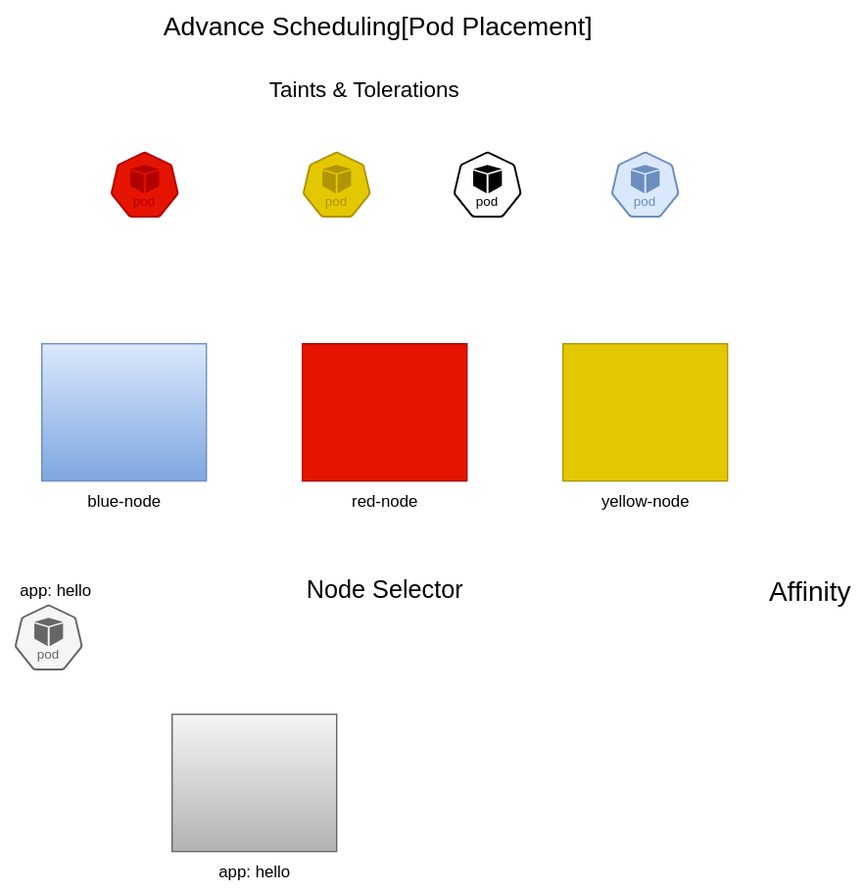
This is svg/diagrams.drawio.svg from ullagallu-ds/my-notes, a draw.io export, as it was before one commit. Source tidied: cells renumbered, new cells last; positions are measured from the earlier drawing's top-left corner, leaving out a move shared by most shapes.
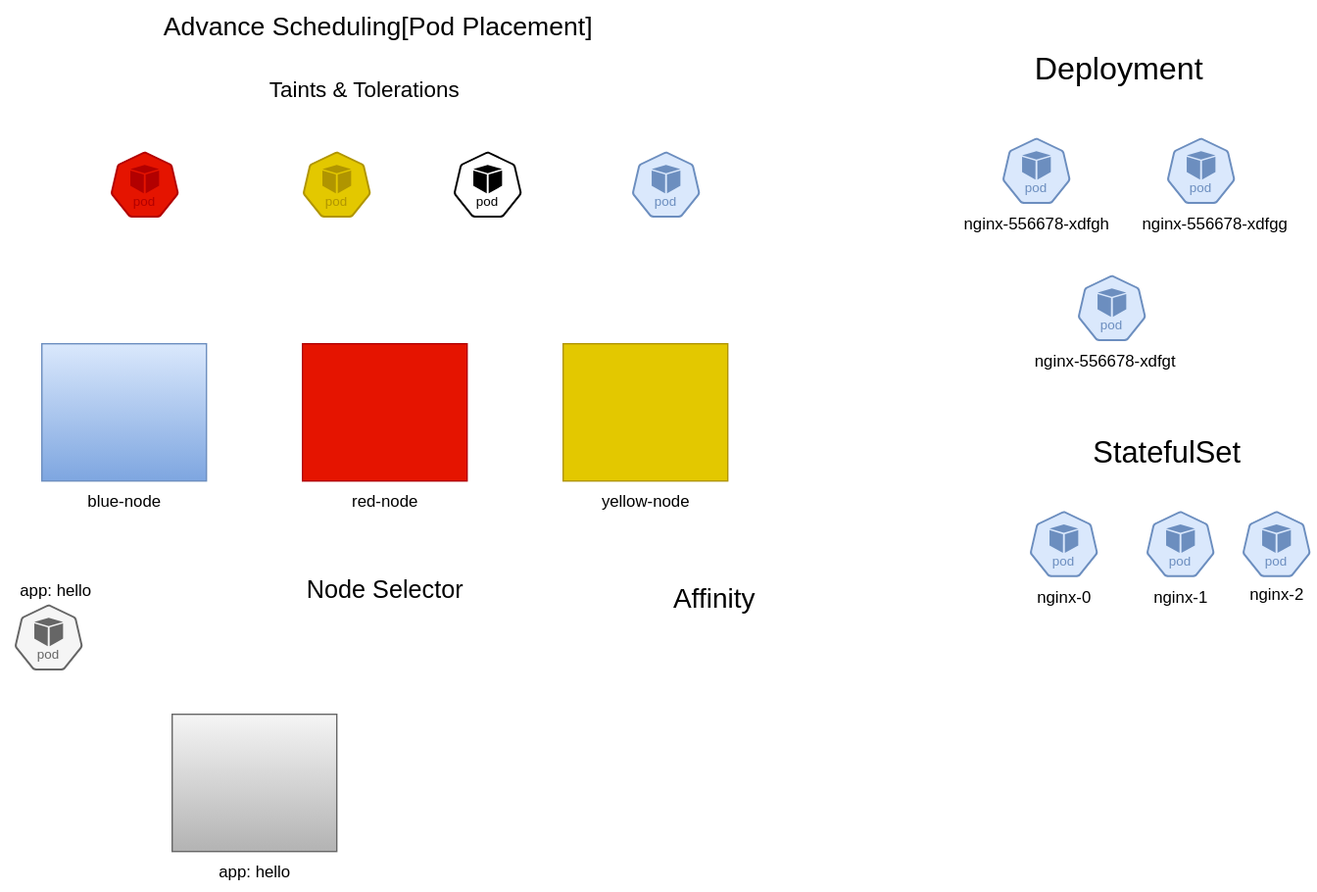
Above is the later version.

Diff of the diagram source:
```diff
@@ -33,7 +33,7 @@
       <mxGeometry x="80" y="110" width="50" height="48" as="geometry" />
     </mxCell>
     <mxCell id="12" style="sketch=0;html=1;dashed=0;whitespace=wrap;verticalLabelPosition=bottom;verticalAlign=top;fillColor=#dae8fc;strokeColor=#6c8ebf;shape=mxgraph.kubernetes.icon2;kubernetesLabel=1;prIcon=pod;gradientColor=#7ea6e0;" parent="1" vertex="1">
-      <mxGeometry x="445" y="110" width="50" height="48" as="geometry" />
+      <mxGeometry x="460" y="110" width="50" height="48" as="geometry" />
     </mxCell>
     <mxCell id="13" value="&lt;font style=&quot;font-size: 16px;&quot;&gt;Taints &amp;amp; Tolerations&lt;/font&gt;" style="text;html=1;align=center;verticalAlign=middle;strokeColor=none;fillColor=none;" parent="1" vertex="1">
       <mxGeometry x="185" y="50" width="160" height="30" as="geometry" />
@@ -54,7 +54,49 @@
       <mxGeometry y="415" width="80" height="30" as="geometry" />
     </mxCell>
     <mxCell id="19" value="&lt;font style=&quot;font-size: 20px;&quot;&gt;Affinity&lt;/font&gt;" style="text;html=1;align=center;verticalAlign=middle;strokeColor=none;fillColor=none;" parent="1" vertex="1">
-      <mxGeometry x="550" y="410" width="80" height="40" as="geometry" />
+      <mxGeometry x="480" y="415" width="80" height="40" as="geometry" />
     </mxCell>
+    <mxCell id="20" value="&lt;font style=&quot;font-size: 23px;&quot;&gt;Deployment&lt;/font&gt;" style="text;html=1;align=center;verticalAlign=middle;strokeColor=none;fillColor=none;" parent="1" vertex="1">
+      <mxGeometry x="740" y="30" width="150" height="40" as="geometry" />
+    </mxCell>
+    <mxCell id="21" style="sketch=0;html=1;dashed=0;whitespace=wrap;verticalLabelPosition=bottom;verticalAlign=top;fillColor=#dae8fc;strokeColor=#6c8ebf;shape=mxgraph.kubernetes.icon2;kubernetesLabel=1;prIcon=pod;gradientColor=#7ea6e0;" parent="1" vertex="1">
+      <mxGeometry x="730" y="100" width="50" height="48" as="geometry" />
+    </mxCell>
+    <mxCell id="22" value="nginx-556678-xdfgh" style="text;html=1;align=center;verticalAlign=middle;strokeColor=none;fillColor=none;" parent="1" vertex="1">
+      <mxGeometry x="690" y="148" width="130" height="30" as="geometry" />
+    </mxCell>
+    <mxCell id="23" style="sketch=0;html=1;dashed=0;whitespace=wrap;verticalLabelPosition=bottom;verticalAlign=top;fillColor=#dae8fc;strokeColor=#6c8ebf;shape=mxgraph.kubernetes.icon2;kubernetesLabel=1;prIcon=pod;gradientColor=#7ea6e0;" parent="1" vertex="1">
+      <mxGeometry x="850" y="100" width="50" height="48" as="geometry" />
+    </mxCell>
+    <mxCell id="24" value="nginx-556678-xdfgg&lt;span style=&quot;color: rgba(0, 0, 0, 0); font-family: monospace; font-size: 0px; text-align: start;&quot;&gt;%3CmxGraphModel%3E%3Croot%3E%3CmxCell%20id%3D%220%22%2F%3E%3CmxCell%20id%3D%221%22%20parent%3D%220%22%2F%3E%3CmxCell%20id%3D%222%22%20value%3D%22%22%20style%3D%22aspect%3Dfixed%3Bsketch%3D0%3Bhtml%3D1%3Bdashed%3D0%3Bwhitespace%3Dwrap%3BverticalLabelPosition%3Dbottom%3BverticalAlign%3Dtop%3BfillColor%3D%23dae8fc%3BstrokeColor%3D%236c8ebf%3Bpoints%3D%5B%5B0.005%2C0.63%2C0%5D%2C%5B0.1%2C0.2%2C0%5D%2C%5B0.9%2C0.2%2C0%5D%2C%5B0.5%2C0%2C0%5D%2C%5B0.995%2C0.63%2C0%5D%2C%5B0.72%2C0.99%2C0%5D%2C%5B0.5%2C1%2C0%5D%2C%5B0.28%2C0.99%2C0%5D%5D%3Bshape%3Dmxgraph.kubernetes.icon2%3BkubernetesLabel%3D1%3BprIcon%3Dpod%3BgradientColor%3D%237ea6e0%3B%22%20vertex%3D%221%22%20parent%3D%221%22%3E%3CmxGeometry%20x%3D%22580%22%20y%3D%22170%22%20width%3D%2250%22%20height%3D%2248%22%20as%3D%22geometry%22%2F%3E%3C%2FmxCell%3E%3CmxCell%20id%3D%223%22%20value%3D%22nginx-556678-xdfgh%22%20style%3D%22text%3Bhtml%3D1%3Balign%3Dcenter%3BverticalAlign%3Dmiddle%3Bresizable%3D0%3Bpoints%3D%5B%5D%3Bautosize%3D1%3BstrokeColor%3Dnone%3BfillColor%3Dnone%3B%22%20vertex%3D%221%22%20parent%3D%221%22%3E%3CmxGeometry%20x%3D%22540%22%20y%3D%22218%22%20width%3D%22130%22%20height%3D%2230%22%20as%3D%22geometry%22%2F%3E%3C%2FmxCell%3E%3C%2Froot%3E%3C%2FmxGraphModel%3E&lt;/span&gt;" style="text;html=1;align=center;verticalAlign=middle;strokeColor=none;fillColor=none;" parent="1" vertex="1">
+      <mxGeometry x="820" y="148" width="130" height="30" as="geometry" />
+    </mxCell>
+    <mxCell id="25" style="sketch=0;html=1;dashed=0;whitespace=wrap;verticalLabelPosition=bottom;verticalAlign=top;fillColor=#dae8fc;strokeColor=#6c8ebf;shape=mxgraph.kubernetes.icon2;kubernetesLabel=1;prIcon=pod;gradientColor=#7ea6e0;" parent="1" vertex="1">
+      <mxGeometry x="785" y="200" width="50" height="48" as="geometry" />
+    </mxCell>
+    <mxCell id="26" value="nginx-556678-xdfgt" style="text;html=1;align=center;verticalAlign=middle;strokeColor=none;fillColor=none;" parent="1" vertex="1">
+      <mxGeometry x="740" y="248" width="130" height="30" as="geometry" />
+    </mxCell>
+    <mxCell id="27" value="&lt;font style=&quot;font-size: 22px;&quot;&gt;StatefulSet&lt;/font&gt;" style="text;html=1;align=center;verticalAlign=middle;strokeColor=none;fillColor=none;" parent="1" vertex="1">
+      <mxGeometry x="785" y="310" width="130" height="40" as="geometry" />
+    </mxCell>
+    <mxCell id="28" style="sketch=0;html=1;dashed=0;whitespace=wrap;verticalLabelPosition=bottom;verticalAlign=top;fillColor=#dae8fc;strokeColor=#6c8ebf;shape=mxgraph.kubernetes.icon2;kubernetesLabel=1;prIcon=pod;gradientColor=#7ea6e0;" parent="1" vertex="1">
+      <mxGeometry x="750" y="372" width="50" height="48" as="geometry" />
+    </mxCell>
+    <mxCell id="29" value="nginx-0" style="text;html=1;align=center;verticalAlign=middle;strokeColor=none;fillColor=none;" parent="1" vertex="1">
+      <mxGeometry x="745" y="420" width="60" height="30" as="geometry" />
+    </mxCell>
+    <mxCell id="30" style="sketch=0;html=1;dashed=0;whitespace=wrap;verticalLabelPosition=bottom;verticalAlign=top;fillColor=#dae8fc;strokeColor=#6c8ebf;shape=mxgraph.kubernetes.icon2;kubernetesLabel=1;prIcon=pod;gradientColor=#7ea6e0;" parent="1" vertex="1">
+      <mxGeometry x="835" y="372" width="50" height="48" as="geometry" />
+    </mxCell>
+    <mxCell id="31" value="nginx-1" style="text;html=1;align=center;verticalAlign=middle;strokeColor=none;fillColor=none;" parent="1" vertex="1">
+      <mxGeometry x="830" y="420" width="60" height="30" as="geometry" />
+    </mxCell>
+    <mxCell id="32" style="sketch=0;html=1;dashed=0;whitespace=wrap;verticalLabelPosition=bottom;verticalAlign=top;fillColor=#dae8fc;strokeColor=#6c8ebf;shape=mxgraph.kubernetes.icon2;kubernetesLabel=1;prIcon=pod;gradientColor=#7ea6e0;" parent="1" vertex="1">
+      <mxGeometry x="905" y="372" width="50" height="48" as="geometry" />
+    </mxCell>
+    <mxCell id="33" value="nginx-2" style="text;html=1;align=center;verticalAlign=middle;strokeColor=none;fillColor=none;" parent="1" vertex="1">
+      <mxGeometry x="900" y="418" width="60" height="30" as="geometry" />
+    </mxCell>
   </root>
 </mxGraphModel>
```
